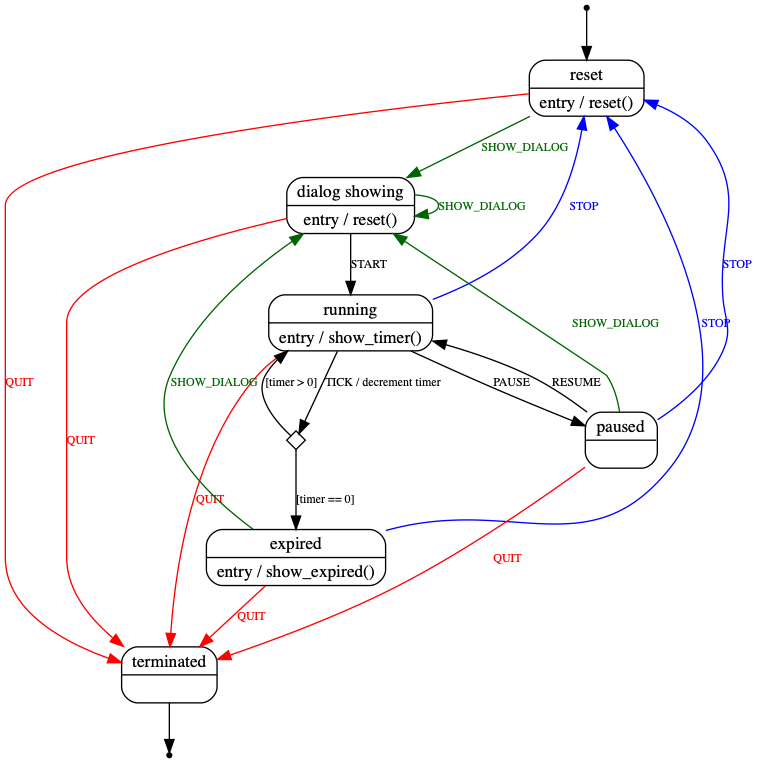
The Graphviz diagram docs/states.png in kristopherjohnson/MenubarCountdown, before a commit. Its source is kept beside it as docs/states.gv. The source it was exported from:
```dot
strict digraph States {
    forcelabels=true

    node [
        shape=Mrecord
        fontsize=13
        label="{ \N | }"
    ]

    edge [
        fontsize=9
    ]

    # states
    init [
        shape=point
    ]
    reset [
        label="{ \N | entry / reset() }"
    ]
    dialog [
        label="{ dialog showing | entry / reset() }"
    ]
    running [
        label="{ \N | entry / show_timer() }"
    ]
    expired [
        label="{ \N | entry / show_expired() }"
    ]
    paused [
    ]
    terminated [
    ]
    exit [
        shape=point
    ]

    # psuedostate
    decrement  [
        label=""
        shape=diamond
        fixedsize=true
        height=0.2
        width=0.2
    ]

    init -> reset

    # SHOW_DIALOG
    { reset, dialog, paused, expired } -> dialog [
        label=SHOW_DIALOG
        color=darkgreen
        fontcolor=darkgreen
    ]

    # PAUSE / RESUME
    running    -> paused     [ label=PAUSE ]
    paused     -> running    [ label=RESUME ]

    # Ticking
    dialog     -> running    [ label=START ]
    running    -> decrement  [ label="TICK / decrement timer" ]
    decrement  -> running    [ label="[timer > 0]" ]
    decrement  -> expired    [ label="[timer == 0]" ]

    # STOP
    { expired, running, paused } -> reset [
        label=STOP
        color=blue
        fontcolor=blue
    ]

    # QUIT
    { reset, dialog, running, expired, paused } -> terminated [
        label=QUIT
        color=red
        fontcolor=red
    ]

    terminated -> exit
}
```
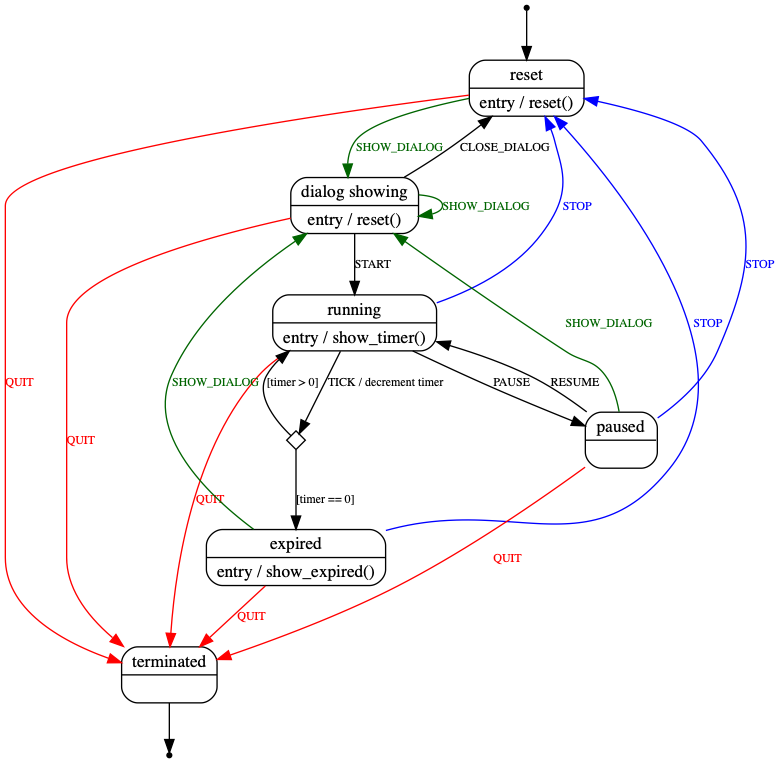
Later version of the same file.

Commit message:
Add CLOSE_DIALOG event

The edit, as a diff of the source:
```diff
@@ -59,6 +59,7 @@
 
     # Ticking
     dialog     -> running    [ label=START ]
+    dialog     -> reset      [ label=CLOSE_DIALOG ]
     running    -> decrement  [ label="TICK / decrement timer" ]
     decrement  -> running    [ label="[timer > 0]" ]
     decrement  -> expired    [ label="[timer == 0]" ]
```
